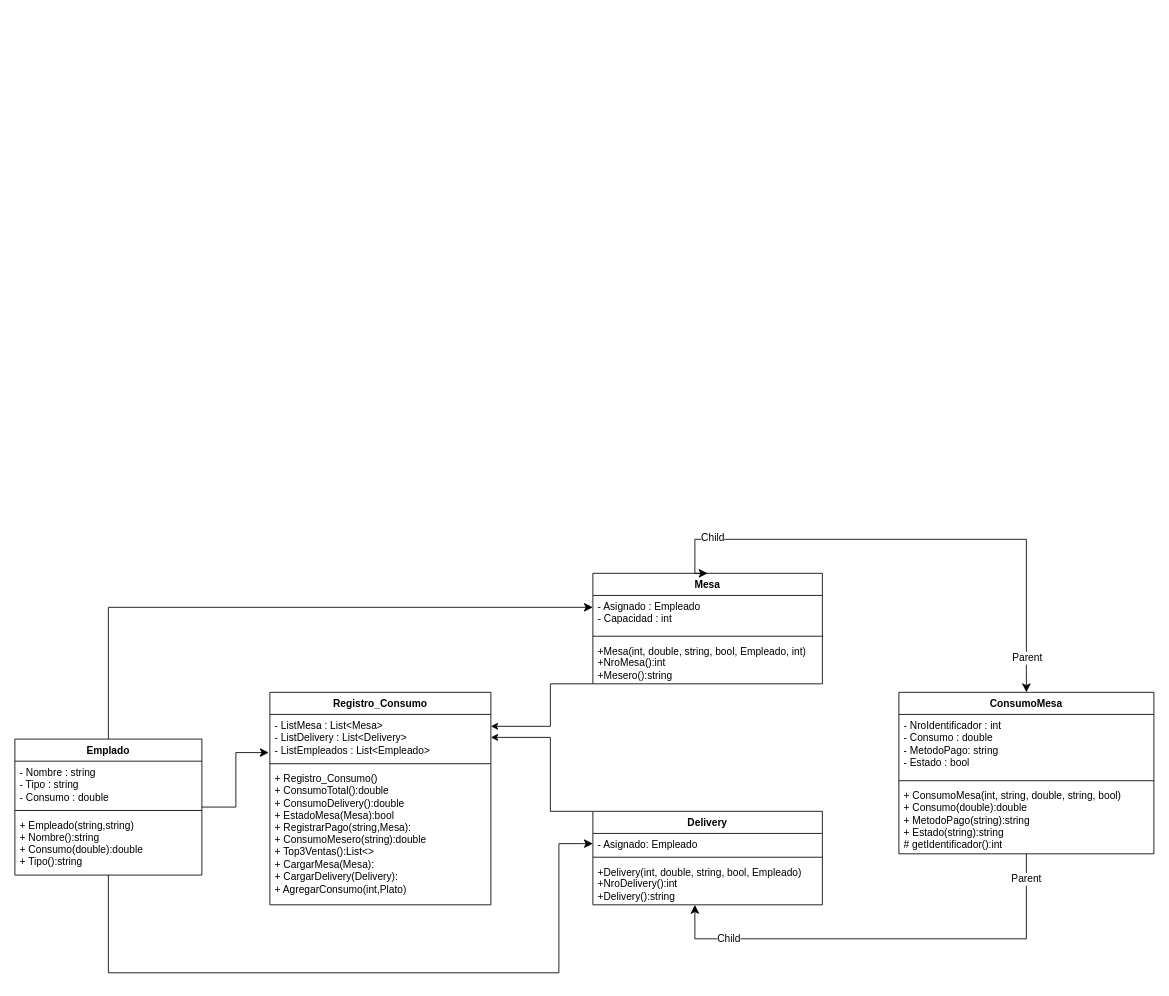
This is page "Registros Consumos" (4 of 5) of Diagrama UML.drawio from matiasparedes90/tp_laboratorio_2, a draw.io file, before an edit. Source tidied: cells renumbered, new cells numbered last; positions are measured from the earlier drawing's top-left corner, leaving out a move shared by most shapes. Both pictures are drawn from the tidied source at 85%, with x=0, y=0 at pixel (14, 539).
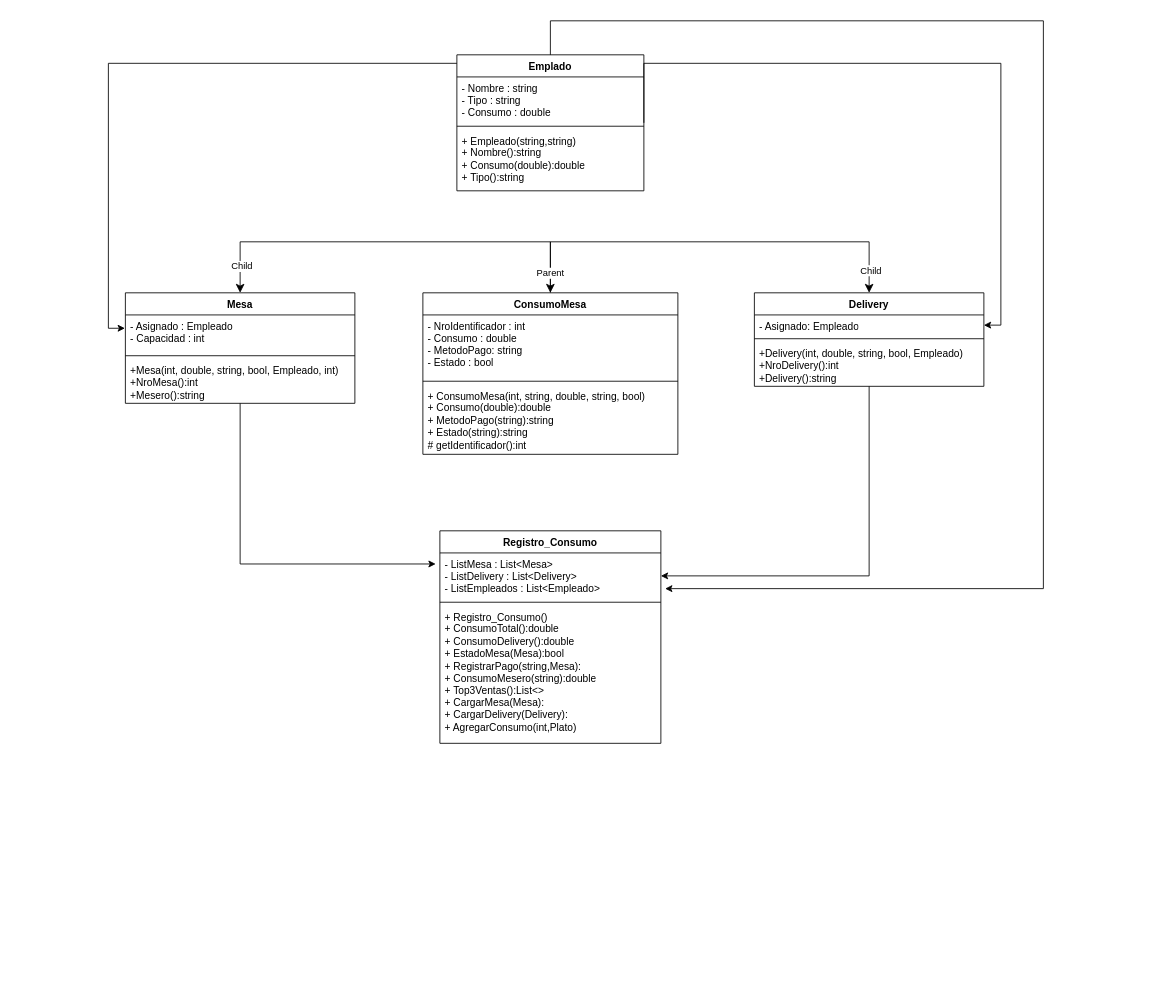
Above is the later version.

The change refers to these unchanged cells:
```xml
<mxCell id="3" value="&lt;div&gt;- ListMesa : List&amp;lt;Mesa&amp;gt;&lt;/div&gt;&lt;div&gt;- ListDelivery : List&amp;lt;Delivery&amp;gt;&lt;/div&gt;&lt;div&gt;- ListEmpleados : List&amp;lt;Empleado&amp;gt;&lt;br&gt;&lt;/div&gt;&lt;div&gt;&lt;br&gt;&lt;/div&gt;&lt;div&gt;&lt;br&gt;&lt;/div&gt;" style="text;strokeColor=none;fillColor=none;align=left;verticalAlign=top;spacingLeft=4;spacingRight=4;overflow=hidden;points=[[0,0.5],[1,0.5]];portConstraint=eastwest;whiteSpace=wrap;html=1;" parent="2" vertex="1">
  <mxGeometry y="26" width="260" height="54" as="geometry" />
</mxCell>
<mxCell id="8" value="&lt;div&gt;- Asignado: Empleado&lt;/div&gt;" style="text;strokeColor=none;fillColor=none;align=left;verticalAlign=top;spacingLeft=4;spacingRight=4;overflow=hidden;points=[[0,0.5],[1,0.5]];portConstraint=eastwest;whiteSpace=wrap;html=1;" parent="7" vertex="1">
  <mxGeometry y="26" width="270" height="24" as="geometry" />
</mxCell>
<mxCell id="12" value="&lt;div&gt;- Asignado : Empleado&lt;br&gt;&lt;/div&gt;&lt;div&gt;- Capacidad : int&lt;/div&gt;" style="text;strokeColor=none;fillColor=none;align=left;verticalAlign=top;spacingLeft=4;spacingRight=4;overflow=hidden;points=[[0,0.5],[1,0.5]];portConstraint=eastwest;whiteSpace=wrap;html=1;" parent="11" vertex="1">
  <mxGeometry y="26" width="270" height="44" as="geometry" />
</mxCell>
<mxCell id="29" style="line;strokeWidth=1;fillColor=none;align=left;verticalAlign=middle;spacingTop=-1;spacingLeft=3;spacingRight=3;labelPosition=right;points=[];portConstraint=eastwest;strokeColor=inherit;" parent="27" vertex="1">
  <mxGeometry y="80" width="220" height="8" as="geometry" />
</mxCell>
```

What changed in the source:
```diff
@@
     <mxCell id="2" value="Registro_Consumo" style="swimlane;fontStyle=1;align=center;verticalAlign=top;horizontal=1;startSize=26;whiteSpace=wrap;html=1;" parent="1" vertex="1">
-      <mxGeometry x="300" y="180" width="260" height="250" as="geometry" />
+      <mxGeometry x="500" y="-10" width="260" height="250" as="geometry" />
     </mxCell>
@@
     <mxCell id="6" style="edgeStyle=orthogonalEdgeStyle;rounded=0;jettySize=auto;html=1;entryX=1;entryY=0.5;entryDx=0;entryDy=0;" parent="1" edge="1" source="7" target="3">
-      <mxGeometry relative="1" as="geometry">
-        <Array as="points">
-          <mxPoint x="630" y="320" />
-          <mxPoint x="630" y="233" />
-        </Array>
-      </mxGeometry>
+      <mxGeometry relative="1" as="geometry" />
     </mxCell>
     <mxCell id="7" value="Delivery" style="swimlane;fontStyle=1;align=center;verticalAlign=top;horizontal=1;startSize=26;whiteSpace=wrap;html=1;" parent="1" vertex="1">
-      <mxGeometry x="680" y="320" width="270" height="110" as="geometry" />
+      <mxGeometry x="870" y="-290" width="270" height="110" as="geometry" />
     </mxCell>
@@
     <mxCell id="11" value="Mesa" style="swimlane;fontStyle=1;align=center;verticalAlign=top;horizontal=1;startSize=26;whiteSpace=wrap;html=1;" parent="1" vertex="1">
-      <mxGeometry x="680" y="40" width="270" height="130" as="geometry" />
+      <mxGeometry x="130" y="-290" width="270" height="130" as="geometry" />
     </mxCell>
@@
-    <mxCell id="15" style="edgeStyle=orthogonalEdgeStyle;rounded=0;jettySize=auto;html=1;entryX=1;entryY=0.259;entryDx=0;entryDy=0;entryPerimeter=0;" parent="1" edge="1" source="11" target="3">
-      <mxGeometry relative="1" as="geometry">
-        <Array as="points">
-          <mxPoint x="630" y="170" />
-          <mxPoint x="630" y="220" />
-        </Array>
-      </mxGeometry>
-    </mxCell>
-    <mxCell id="16" style="edgeStyle=orthogonalEdgeStyle;rounded=0;jettySize=auto;html=1;fontSize=12;startSize=8;endSize=8;" parent="1" edge="1" source="19">
+    <mxCell id="16" style="edgeStyle=orthogonalEdgeStyle;rounded=0;jettySize=auto;html=1;fontSize=12;startSize=8;endSize=8;entryX=0.5;entryY=0;entryDx=0;entryDy=0;" parent="1" edge="1" source="19" target="7">
       <mxGeometry relative="1" as="geometry">
-        <mxPoint x="800" y="430" as="targetPoint" />
         <Array as="points">
-          <mxPoint x="1190" y="470" />
-          <mxPoint x="800" y="470" />
+          <mxPoint x="630" y="-350" />
+          <mxPoint x="1005" y="-350" />
         </Array>
       </mxGeometry>
     </mxCell>
-    <mxCell id="17" value="Parent" style="edgeLabel;html=1;align=center;verticalAlign=middle;fontSize=12;" parent="16" vertex="1">
-      <mxGeometry x="-0.89" y="-1" relative="1" as="geometry" />
-    </mxCell>
-    <mxCell id="18" value="Child" style="edgeLabel;html=1;align=center;verticalAlign=middle;fontSize=12;" parent="16" vertex="1">
-      <mxGeometry x="0.7" y="-1" relative="1" as="geometry" />
-    </mxCell>
+    <mxCell id="33" value="Child" style="edgeLabel;html=1;align=center;verticalAlign=middle;" parent="16" vertex="1">
+      <mxGeometry x="0.89" y="1" relative="1" as="geometry" />
+    </mxCell>
     <mxCell id="19" value="ConsumoMesa" style="swimlane;fontStyle=1;align=center;verticalAlign=top;horizontal=1;startSize=26;whiteSpace=wrap;html=1;" parent="1" vertex="1">
-      <mxGeometry x="1040" y="180" width="300" height="190" as="geometry" />
+      <mxGeometry x="480" y="-290" width="300" height="190" as="geometry" />
     </mxCell>
@@
     <mxCell id="23" style="endArrow=classic;startArrow=classic;html=1;rounded=0;fontSize=12;startSize=8;endSize=8;edgeStyle=orthogonalEdgeStyle;exitX=0.5;exitY=0;exitDx=0;exitDy=0;entryX=0.5;entryY=0;entryDx=0;entryDy=0;" parent="1" edge="1" source="11" target="19">
       <mxGeometry relative="1" as="geometry">
         <Array as="points">
-          <mxPoint x="800" />
-          <mxPoint x="1190" />
+          <mxPoint x="265" y="-350" />
+          <mxPoint x="630" y="-350" />
         </Array>
       </mxGeometry>
     </mxCell>
-    <mxCell id="24" value="Child" style="edgeLabel;html=1;align=center;verticalAlign=middle;fontSize=12;" parent="23" vertex="1">
-      <mxGeometry x="-0.76" y="2" relative="1" as="geometry" />
-    </mxCell>
-    <mxCell id="25" value="Parent" style="edgeLabel;html=1;align=center;verticalAlign=middle;fontSize=12;" parent="23" vertex="1">
-      <mxGeometry x="0.87" relative="1" as="geometry" />
-    </mxCell>
-    <mxCell id="26" style="edgeStyle=orthogonalEdgeStyle;rounded=0;jettySize=auto;html=1;fontSize=12;startSize=8;endSize=8;entryX=0;entryY=0.5;entryDx=0;entryDy=0;" parent="1" edge="1" source="27" target="8">
-      <mxGeometry relative="1" as="geometry">
-        <Array as="points">
-          <mxPoint x="110" y="510" />
-          <mxPoint x="640" y="510" />
-          <mxPoint x="640" y="358" />
-        </Array>
-      </mxGeometry>
-    </mxCell>
+    <mxCell id="34" value="Parent" style="edgeLabel;html=1;align=center;verticalAlign=middle;" parent="23" vertex="1">
+      <mxGeometry x="0.9" y="-1" relative="1" as="geometry" />
+    </mxCell>
+    <mxCell id="35" value="Child" style="edgeLabel;html=1;align=center;verticalAlign=middle;" parent="23" vertex="1">
+      <mxGeometry x="-0.87" y="-1" relative="1" as="geometry" />
+    </mxCell>
     <mxCell id="27" value="Emplado" style="swimlane;fontStyle=1;align=center;verticalAlign=top;horizontal=1;startSize=26;whiteSpace=wrap;html=1;" parent="1" vertex="1">
-      <mxGeometry y="235" width="220" height="160" as="geometry" />
+      <mxGeometry x="520" y="-570" width="220" height="160" as="geometry" />
     </mxCell>
@@
-    <mxCell id="31" style="endArrow=classic;html=1;rounded=0;fontSize=12;startSize=8;endSize=8;edgeStyle=orthogonalEdgeStyle;exitX=0.5;exitY=0;exitDx=0;exitDy=0;" parent="1" edge="1" source="27">
-      <mxGeometry relative="1" as="geometry">
-        <mxPoint x="680" y="80" as="targetPoint" />
-        <Array as="points">
-          <mxPoint x="110" y="80" />
-        </Array>
-      </mxGeometry>
-    </mxCell>
-    <mxCell id="32" style="endArrow=classic;html=1;rounded=0;fontSize=12;startSize=8;endSize=8;edgeStyle=orthogonalEdgeStyle;entryX=-0.005;entryY=0.831;entryDx=0;entryDy=0;entryPerimeter=0;exitX=1;exitY=0.5;exitDx=0;exitDy=0;" parent="1" edge="1" source="27" target="3">
-      <mxGeometry relative="1" as="geometry" />
-    </mxCell>
+    <mxCell id="15" style="edgeStyle=orthogonalEdgeStyle;rounded=0;jettySize=auto;html=1;entryX=-0.019;entryY=0.241;entryDx=0;entryDy=0;entryPerimeter=0;" parent="1" edge="1" source="11" target="3">
+      <mxGeometry relative="1" as="geometry" />
+    </mxCell>
+    <mxCell id="36" style="edgeStyle=orthogonalEdgeStyle;rounded=0;jettySize=auto;html=1;entryX=-0.002;entryY=0.356;entryDx=0;entryDy=0;entryPerimeter=0;" parent="1" edge="1" source="27" target="12">
+      <mxGeometry relative="1" as="geometry">
+        <Array as="points">
+          <mxPoint x="110" y="-560" />
+          <mxPoint x="110" y="-248" />
+        </Array>
+      </mxGeometry>
+    </mxCell>
+    <mxCell id="37" style="edgeStyle=orthogonalEdgeStyle;rounded=0;jettySize=auto;html=1;entryX=1;entryY=0.5;entryDx=0;entryDy=0;" parent="1" edge="1" source="29" target="8">
+      <mxGeometry relative="1" as="geometry">
+        <Array as="points">
+          <mxPoint x="740" y="-560" />
+          <mxPoint x="1160" y="-560" />
+          <mxPoint x="1160" y="-252" />
+        </Array>
+      </mxGeometry>
+    </mxCell>
+    <mxCell id="38" style="edgeStyle=orthogonalEdgeStyle;rounded=0;jettySize=auto;html=1;" parent="1" edge="1" source="27">
+      <mxGeometry relative="1" as="geometry">
+        <mxPoint x="765" y="58" as="targetPoint" />
+        <Array as="points">
+          <mxPoint x="630" y="-610" />
+          <mxPoint x="1210" y="-610" />
+          <mxPoint x="1210" y="58" />
+        </Array>
+      </mxGeometry>
+    </mxCell>
```
